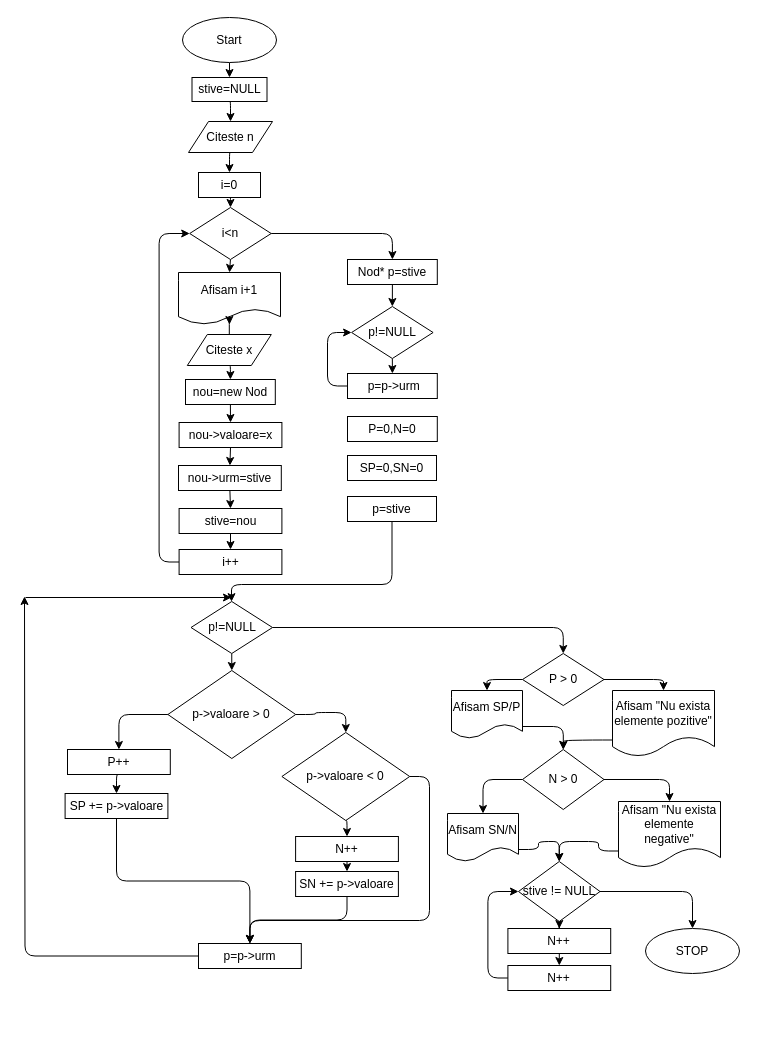
Earlier version of the draw.io diagram Untitled Diagram.drawio (Mariuswarboss/Practica). Source tidied: cells renumbered, new cells numbered last; positions are measured from the earlier drawing's top-left corner, leaving out a move shared by most shapes. Both pictures are drawn from the tidied source at 100%, with x=0, y=0 at pixel (24, 17).
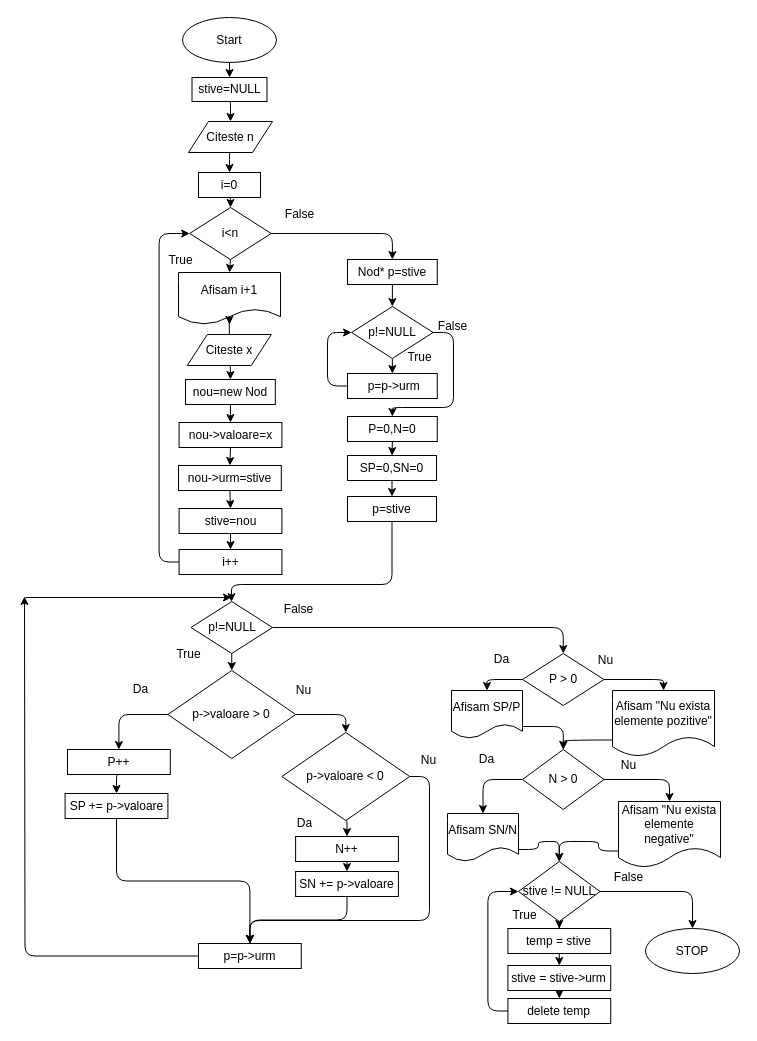
Above is the later version.

Unchanged cells that the change refers to:
```xml
<mxCell id="30" value="p!=NULL" style="rhombus;whiteSpace=wrap;html=1;rounded=0;" parent="1" vertex="1">
  <mxGeometry x="327.1" y="289" width="81.5" height="52" as="geometry" />
</mxCell>
<mxCell id="33" value="P=0,N=0" style="rounded=0;whiteSpace=wrap;html=1;" parent="1" vertex="1">
  <mxGeometry x="323" y="399" width="89.8" height="25" as="geometry" />
</mxCell>
<mxCell id="34" value="SP=0,SN=0" style="rounded=0;whiteSpace=wrap;html=1;" parent="1" vertex="1">
  <mxGeometry x="323" y="438" width="89" height="25" as="geometry" />
</mxCell>
<mxCell id="36" value="p=stive" style="rounded=0;whiteSpace=wrap;html=1;" parent="1" vertex="1">
  <mxGeometry x="323" y="479" width="89" height="25" as="geometry" />
</mxCell>
<mxCell id="42" value="p-&amp;gt;valoare &amp;gt; 0" style="rhombus;whiteSpace=wrap;html=1;rounded=0;" parent="1" vertex="1">
  <mxGeometry x="143.4" y="653" width="127.8" height="88" as="geometry" />
</mxCell>
<mxCell id="49" value="p-&amp;gt;valoare &amp;lt; 0" style="rhombus;whiteSpace=wrap;html=1;rounded=0;" parent="1" vertex="1">
  <mxGeometry x="257.4" y="715" width="127.8" height="88" as="geometry" />
</mxCell>
<mxCell id="65" value="stive != NULL" style="rhombus;whiteSpace=wrap;html=1;rounded=0;" parent="1" vertex="1">
  <mxGeometry x="494" y="844" width="81.5" height="60" as="geometry" />
</mxCell>
```

Diff of the diagram source:
```diff
@@
+    <mxCell id="79" style="edgeStyle=orthogonalEdgeStyle;rounded=1;jettySize=auto;html=1;exitX=1;exitY=0.5;exitDx=0;exitDy=0;entryX=0.5;entryY=0;entryDx=0;entryDy=0;" parent="1" edge="1" source="30" target="33">
+      <mxGeometry relative="1" as="geometry">
+        <Array as="points">
+          <mxPoint x="429" y="315" />
+          <mxPoint x="429" y="390" />
+          <mxPoint x="368" y="390" />
+        </Array>
+      </mxGeometry>
+    </mxCell>
@@
+    <mxCell id="80" style="edgeStyle=orthogonalEdgeStyle;rounded=1;jettySize=auto;html=1;exitX=0.5;exitY=1;exitDx=0;exitDy=0;entryX=0.5;entryY=0;entryDx=0;entryDy=0;" parent="1" edge="1" source="33" target="34">
+      <mxGeometry relative="1" as="geometry" />
+    </mxCell>
@@
+    <mxCell id="81" style="edgeStyle=orthogonalEdgeStyle;rounded=1;jettySize=auto;html=1;exitX=0.5;exitY=1;exitDx=0;exitDy=0;entryX=0.5;entryY=0;entryDx=0;entryDy=0;" parent="1" edge="1" source="34" target="36">
+      <mxGeometry relative="1" as="geometry" />
+    </mxCell>
@@
     <mxCell id="41" style="edgeStyle=orthogonalEdgeStyle;rounded=1;jettySize=auto;html=1;exitX=1;exitY=0.5;exitDx=0;exitDy=0;entryX=0.5;entryY=0;entryDx=0;entryDy=0;" parent="1" edge="1" source="42" target="49">
-      <mxGeometry relative="1" as="geometry" />
+      <mxGeometry relative="1" as="geometry">
+        <Array as="points">
+          <mxPoint x="321" y="697" />
+        </Array>
+      </mxGeometry>
     </mxCell>
@@
-    <mxCell id="75" value="N++" style="rounded=0;whiteSpace=wrap;html=1;" parent="1" vertex="1">
+    <mxCell id="75" value="temp = stive" style="rounded=0;whiteSpace=wrap;html=1;" parent="1" vertex="1">
       <mxGeometry x="483.4" y="911" width="102.8" height="25" as="geometry" />
     </mxCell>
-    <mxCell id="76" style="edgeStyle=orthogonalEdgeStyle;rounded=1;jettySize=auto;html=1;exitX=0;exitY=0.5;exitDx=0;exitDy=0;entryX=0;entryY=0.5;entryDx=0;entryDy=0;" parent="1" edge="1" source="77" target="65">
+    <mxCell id="76" style="edgeStyle=orthogonalEdgeStyle;rounded=1;jettySize=auto;html=1;exitX=0;exitY=0.5;exitDx=0;exitDy=0;entryX=0;entryY=0.5;entryDx=0;entryDy=0;" parent="1" edge="1" source="99" target="65">
       <mxGeometry relative="1" as="geometry" />
     </mxCell>
+    <mxCell id="82" style="edgeStyle=orthogonalEdgeStyle;rounded=1;jettySize=auto;html=1;exitX=0.5;exitY=1;exitDx=0;exitDy=0;entryX=0.5;entryY=0;entryDx=0;entryDy=0;" parent="1" edge="1" source="77" target="99">
+      <mxGeometry relative="1" as="geometry" />
+    </mxCell>
-    <mxCell id="77" value="N++" style="rounded=0;whiteSpace=wrap;html=1;" parent="1" vertex="1">
+    <mxCell id="77" value="stive = stive-&amp;gt;urm" style="rounded=0;whiteSpace=wrap;html=1;" parent="1" vertex="1">
       <mxGeometry x="483.4" y="948" width="102.8" height="25" as="geometry" />
     </mxCell>
@@
+    <mxCell id="83" value="True" style="text;html=1;align=center;verticalAlign=middle;strokeColor=none;fillColor=none;" parent="1" vertex="1">
+      <mxGeometry x="135" y="230" width="42" height="26" as="geometry" />
+    </mxCell>
+    <mxCell id="84" value="False" style="text;html=1;align=center;verticalAlign=middle;strokeColor=none;fillColor=none;" parent="1" vertex="1">
+      <mxGeometry x="251" y="184" width="47" height="26" as="geometry" />
+    </mxCell>
+    <mxCell id="85" value="True" style="text;html=1;align=center;verticalAlign=middle;strokeColor=none;fillColor=none;" parent="1" vertex="1">
+      <mxGeometry x="374" y="327" width="42" height="26" as="geometry" />
+    </mxCell>
+    <mxCell id="86" value="False" style="text;html=1;align=center;verticalAlign=middle;strokeColor=none;fillColor=none;" parent="1" vertex="1">
+      <mxGeometry x="404" y="296" width="47" height="26" as="geometry" />
+    </mxCell>
+    <mxCell id="87" value="False" style="text;html=1;align=center;verticalAlign=middle;strokeColor=none;fillColor=none;" parent="1" vertex="1">
+      <mxGeometry x="250" y="579" width="47" height="26" as="geometry" />
+    </mxCell>
+    <mxCell id="88" value="True" style="text;html=1;align=center;verticalAlign=middle;strokeColor=none;fillColor=none;" parent="1" vertex="1">
+      <mxGeometry x="143" y="624" width="42" height="26" as="geometry" />
+    </mxCell>
+    <mxCell id="89" value="Da" style="text;html=1;align=center;verticalAlign=middle;strokeColor=none;fillColor=none;" parent="1" vertex="1">
+      <mxGeometry x="99" y="659" width="33" height="26" as="geometry" />
+    </mxCell>
+    <mxCell id="90" value="Nu" style="text;html=1;align=center;verticalAlign=middle;strokeColor=none;fillColor=none;" parent="1" vertex="1">
+      <mxGeometry x="262" y="660" width="33" height="26" as="geometry" />
+    </mxCell>
+    <mxCell id="91" value="Da" style="text;html=1;align=center;verticalAlign=middle;strokeColor=none;fillColor=none;" parent="1" vertex="1">
+      <mxGeometry x="263" y="793" width="33" height="26" as="geometry" />
+    </mxCell>
+    <mxCell id="92" value="Nu" style="text;html=1;align=center;verticalAlign=middle;strokeColor=none;fillColor=none;" parent="1" vertex="1">
+      <mxGeometry x="387" y="730" width="33" height="26" as="geometry" />
+    </mxCell>
+    <mxCell id="93" value="Da" style="text;html=1;align=center;verticalAlign=middle;strokeColor=none;fillColor=none;" parent="1" vertex="1">
+      <mxGeometry x="460" y="629" width="33" height="26" as="geometry" />
+    </mxCell>
+    <mxCell id="94" value="Nu" style="text;html=1;align=center;verticalAlign=middle;strokeColor=none;fillColor=none;" parent="1" vertex="1">
+      <mxGeometry x="564" y="630" width="33" height="26" as="geometry" />
+    </mxCell>
+    <mxCell id="95" value="Da" style="text;html=1;align=center;verticalAlign=middle;strokeColor=none;fillColor=none;" parent="1" vertex="1">
+      <mxGeometry x="445" y="729" width="33" height="26" as="geometry" />
+    </mxCell>
+    <mxCell id="96" value="Nu" style="text;html=1;align=center;verticalAlign=middle;strokeColor=none;fillColor=none;" parent="1" vertex="1">
+      <mxGeometry x="587" y="735" width="33" height="26" as="geometry" />
+    </mxCell>
+    <mxCell id="97" value="True" style="text;html=1;align=center;verticalAlign=middle;strokeColor=none;fillColor=none;" parent="1" vertex="1">
+      <mxGeometry x="479" y="885" width="42" height="26" as="geometry" />
+    </mxCell>
+    <mxCell id="98" value="False" style="text;html=1;align=center;verticalAlign=middle;strokeColor=none;fillColor=none;" parent="1" vertex="1">
+      <mxGeometry x="580" y="847" width="47" height="26" as="geometry" />
+    </mxCell>
+    <mxCell id="99" value="delete temp" style="rounded=0;whiteSpace=wrap;html=1;" parent="1" vertex="1">
+      <mxGeometry x="483.4" y="981" width="102.8" height="25" as="geometry" />
+    </mxCell>
```
